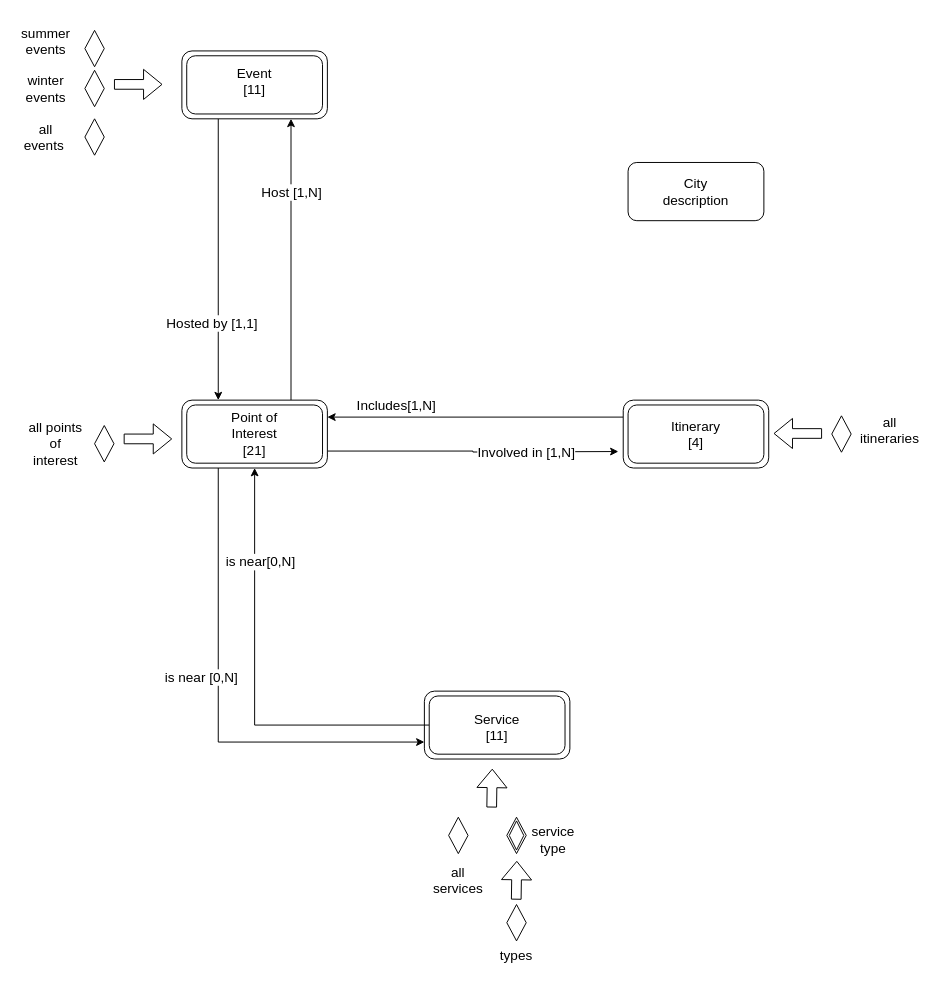
Above: Design Document/C-IDM/C-IDM.drawio in antonypascalino/HYPE_PROJECT_2021-22 (draw.io), before the change. Source tidied: cells renumbered, new cells numbered last; positions are measured from the earlier drawing's top-left corner, leaving out a move shared by most shapes. Both pictures are drawn from the tidied source at 97%, with x=0, y=0 at pixel (16, 26).
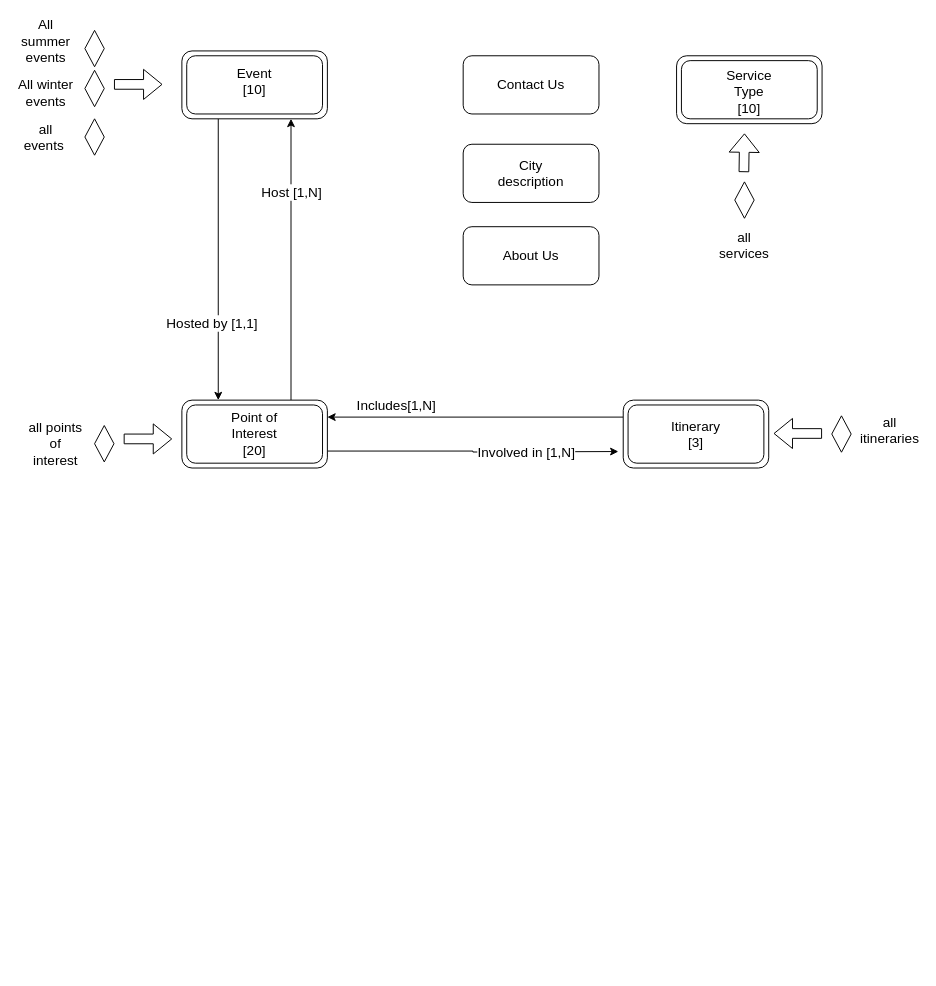
After the change.

The change refers to these unchanged cells:
```xml
<mxCell id="23" style="rounded=1;whiteSpace=wrap;html=1;" parent="1" vertex="1">
  <mxGeometry x="170" y="385" width="150" height="70" as="geometry" />
</mxCell>
```

Change to the diagram source:
```diff
@@
     <mxCell id="6" style="rounded=1;whiteSpace=wrap;html=1;" parent="1" vertex="1">
-      <mxGeometry x="420" y="685" width="150" height="70" as="geometry" />
+      <mxGeometry x="680" y="30" width="150" height="70" as="geometry" />
     </mxCell>
-    <mxCell id="7" style="edgeStyle=orthogonalEdgeStyle;rounded=0;jettySize=auto;html=1;exitX=0;exitY=0.5;exitDx=0;exitDy=0;entryX=0.5;entryY=1;entryDx=0;entryDy=0;fontSize=14;" parent="1" edge="1" source="9" target="23">
-      <mxGeometry relative="1" as="geometry" />
-    </mxCell>
-    <mxCell id="8" value="is near[0,N]" style="edgeLabel;html=1;align=center;verticalAlign=middle;fontSize=14;" parent="7" vertex="1">
-      <mxGeometry x="0.57" y="3" relative="1" as="geometry">
-        <mxPoint x="8" as="offset" />
-      </mxGeometry>
-    </mxCell>
     <mxCell id="9" style="rounded=1;whiteSpace=wrap;html=1;glass=0;" parent="1" vertex="1">
-      <mxGeometry x="425" y="690" width="140" height="60" as="geometry" />
+      <mxGeometry x="685" y="35" width="140" height="60" as="geometry" />
     </mxCell>
@@
-    <mxCell id="14" value="Event&lt;br&gt;[11]" style="text;html=1;strokeColor=none;fillColor=none;align=center;verticalAlign=middle;whiteSpace=wrap;rounded=0;fontSize=14;" parent="1" vertex="1">
+    <mxCell id="14" value="Event&lt;br&gt;[10]" style="text;html=1;strokeColor=none;fillColor=none;align=center;verticalAlign=middle;whiteSpace=wrap;rounded=0;fontSize=14;" parent="1" vertex="1">
       <mxGeometry x="215" y="41.2" width="60" height="30" as="geometry" />
     </mxCell>
-    <mxCell id="15" value="Service&lt;br&gt;[11]" style="text;html=1;strokeColor=none;fillColor=none;align=center;verticalAlign=middle;whiteSpace=wrap;rounded=0;fontSize=14;" parent="1" vertex="1">
-      <mxGeometry x="465" y="705" width="60" height="33.8" as="geometry" />
+    <mxCell id="15" value="Service Type&lt;br&gt;[10]" style="text;html=1;strokeColor=none;fillColor=none;align=center;verticalAlign=middle;whiteSpace=wrap;rounded=0;fontSize=14;" parent="1" vertex="1">
+      <mxGeometry x="725" y="50" width="60" height="33.8" as="geometry" />
     </mxCell>
-    <mxCell id="16" value="Itinerary&lt;br&gt;[4]" style="text;html=1;strokeColor=none;fillColor=none;align=center;verticalAlign=middle;whiteSpace=wrap;rounded=0;fontSize=14;" parent="1" vertex="1">
+    <mxCell id="16" value="Itinerary&lt;br&gt;[3]" style="text;html=1;strokeColor=none;fillColor=none;align=center;verticalAlign=middle;whiteSpace=wrap;rounded=0;fontSize=14;" parent="1" vertex="1">
       <mxGeometry x="670" y="405" width="60" height="30" as="geometry" />
     </mxCell>
@@
-    <mxCell id="21" style="edgeStyle=orthogonalEdgeStyle;rounded=0;jettySize=auto;html=1;exitX=0.25;exitY=1;exitDx=0;exitDy=0;entryX=0;entryY=0.75;entryDx=0;entryDy=0;fontSize=14;" parent="1" edge="1" source="23" target="6">
-      <mxGeometry relative="1" as="geometry">
-        <Array as="points">
-          <mxPoint x="207" y="737" />
-        </Array>
-      </mxGeometry>
-    </mxCell>
-    <mxCell id="22" value="is near [0,N]" style="edgeLabel;html=1;align=center;verticalAlign=middle;fontSize=14;" parent="21" vertex="1">
-      <mxGeometry x="-0.13" y="-2" relative="1" as="geometry">
-        <mxPoint x="-16" as="offset" />
-      </mxGeometry>
-    </mxCell>
@@
-    <mxCell id="25" value="Point of Interest&lt;br&gt;[21]" style="text;html=1;strokeColor=none;fillColor=none;align=center;verticalAlign=middle;whiteSpace=wrap;rounded=0;fontSize=14;" parent="1" vertex="1">
+    <mxCell id="25" value="Point of Interest&lt;br&gt;[20]" style="text;html=1;strokeColor=none;fillColor=none;align=center;verticalAlign=middle;whiteSpace=wrap;rounded=0;fontSize=14;" parent="1" vertex="1">
       <mxGeometry x="215" y="405" width="60" height="30" as="geometry" />
     </mxCell>
     <mxCell id="26" style="rounded=1;whiteSpace=wrap;html=1;glass=0;" parent="1" vertex="1">
-      <mxGeometry x="630" y="140" width="140" height="60" as="geometry" />
+      <mxGeometry x="460" y="121.2" width="140" height="60" as="geometry" />
     </mxCell>
     <mxCell id="27" value="City description" style="text;html=1;strokeColor=none;fillColor=none;align=center;verticalAlign=middle;whiteSpace=wrap;rounded=0;fontSize=14;" parent="1" vertex="1">
-      <mxGeometry x="670" y="155" width="60" height="30" as="geometry" />
+      <mxGeometry x="500" y="136.2" width="60" height="30" as="geometry" />
     </mxCell>
@@
-    <mxCell id="30" value="summer events" style="text;html=1;strokeColor=none;fillColor=none;align=center;verticalAlign=middle;whiteSpace=wrap;rounded=0;glass=0;fontSize=14;" parent="1" vertex="1">
+    <mxCell id="30" value="All summer events" style="text;html=1;strokeColor=none;fillColor=none;align=center;verticalAlign=middle;whiteSpace=wrap;rounded=0;glass=0;fontSize=14;" parent="1" vertex="1">
       <mxGeometry width="60" height="30" as="geometry" />
     </mxCell>
@@
-    <mxCell id="32" value="winter events" style="text;html=1;strokeColor=none;fillColor=none;align=center;verticalAlign=middle;whiteSpace=wrap;rounded=0;glass=0;fontSize=14;" parent="1" vertex="1">
-      <mxGeometry y="48.8" width="60" height="30" as="geometry" />
+    <mxCell id="32" value="All winter events" style="text;html=1;strokeColor=none;fillColor=none;align=center;verticalAlign=middle;whiteSpace=wrap;rounded=0;glass=0;fontSize=14;" parent="1" vertex="1">
+      <mxGeometry y="52.5" width="60" height="30" as="geometry" />
     </mxCell>
@@
     <mxCell id="36" style="text;html=1;align=center;verticalAlign=middle;strokeColor=none;fillColor=none;fontSize=14;" parent="1" vertex="1">
-      <mxGeometry x="720" y="620" width="20" height="30" as="geometry" />
+      <mxGeometry x="770" y="85" width="20" height="30" as="geometry" />
     </mxCell>
@@
     <mxCell id="40" style="rhombus;whiteSpace=wrap;html=1;glass=0;fontSize=14;" parent="1" vertex="1">
-      <mxGeometry x="445" y="815" width="20" height="37.5" as="geometry" />
+      <mxGeometry x="740" y="160" width="20" height="37.5" as="geometry" />
     </mxCell>
     <mxCell id="41" style="shape=flexArrow;endArrow=classic;html=1;rounded=0;fontSize=14;" parent="1" edge="1">
       <mxGeometry relative="1" as="geometry">
-        <mxPoint x="489.4" y="805" as="sourcePoint" />
-        <mxPoint x="490" y="765" as="targetPoint" />
+        <mxPoint x="749.4" y="150" as="sourcePoint" />
+        <mxPoint x="750" y="110" as="targetPoint" />
       </mxGeometry>
     </mxCell>
     <mxCell id="42" value="all services" style="text;html=1;strokeColor=none;fillColor=none;align=center;verticalAlign=middle;whiteSpace=wrap;rounded=0;glass=0;fontSize=14;" parent="1" vertex="1">
-      <mxGeometry x="425" y="865" width="60" height="30" as="geometry" />
+      <mxGeometry x="720" y="210" width="60" height="30" as="geometry" />
     </mxCell>
@@
-    <mxCell id="45" style="rhombus;whiteSpace=wrap;html=1;glass=0;fontSize=14;" parent="1" vertex="1">
-      <mxGeometry x="505" y="815" width="20" height="37.5" as="geometry" />
-    </mxCell>
-    <mxCell id="46" style="rhombus;whiteSpace=wrap;html=1;glass=0;fontSize=14;" parent="1" vertex="1">
-      <mxGeometry x="507.5" y="818.8" width="15" height="30" as="geometry" />
-    </mxCell>
-    <mxCell id="47" style="shape=flexArrow;endArrow=classic;html=1;rounded=0;fontSize=14;" parent="1" edge="1">
-      <mxGeometry relative="1" as="geometry">
-        <mxPoint x="514.7" y="900" as="sourcePoint" />
-        <mxPoint x="515.3" y="860" as="targetPoint" />
-      </mxGeometry>
-    </mxCell>
-    <mxCell id="48" style="rhombus;whiteSpace=wrap;html=1;glass=0;fontSize=14;" parent="1" vertex="1">
-      <mxGeometry x="505" y="905" width="20" height="37.5" as="geometry" />
-    </mxCell>
-    <mxCell id="49" value="types" style="text;html=1;strokeColor=none;fillColor=none;align=center;verticalAlign=middle;whiteSpace=wrap;rounded=0;glass=0;fontSize=14;" parent="1" vertex="1">
-      <mxGeometry x="485" y="942.5" width="60" height="30" as="geometry" />
-    </mxCell>
-    <mxCell id="50" value="service type" style="text;html=1;strokeColor=none;fillColor=none;align=center;verticalAlign=middle;whiteSpace=wrap;rounded=0;glass=0;fontSize=14;" parent="1" vertex="1">
-      <mxGeometry x="522.5" y="822.5" width="60" height="30" as="geometry" />
-    </mxCell>
+    <mxCell id="51" value="&lt;font style=&quot;font-size: 14px&quot;&gt;About Us&lt;/font&gt;" style="rounded=1;whiteSpace=wrap;html=1;glass=0;" parent="1" vertex="1">
+      <mxGeometry x="460" y="206.2" width="140" height="60" as="geometry" />
+    </mxCell>
+    <mxCell id="52" value="&lt;font style=&quot;font-size: 14px&quot;&gt;Contact Us&lt;/font&gt;" style="rounded=1;whiteSpace=wrap;html=1;glass=0;" parent="1" vertex="1">
+      <mxGeometry x="460" y="30" width="140" height="60" as="geometry" />
+    </mxCell>
```
